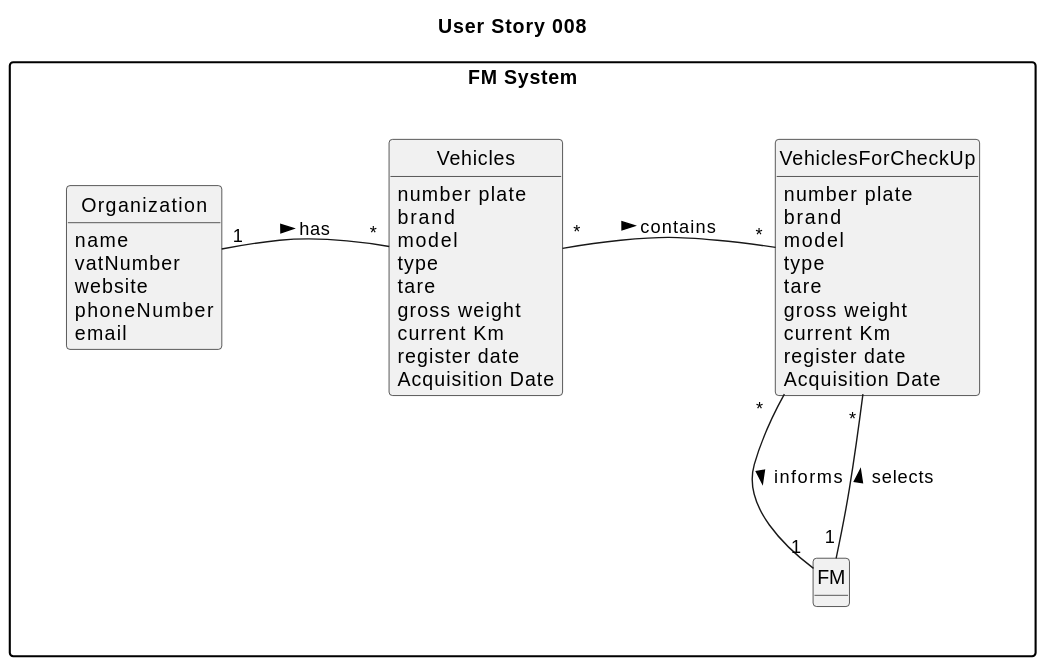
Earlier version of the PlantUML export docs/sprintA/us008/02.analysis/svg/us008-domain-model-User_Story_008.svg (SAEmanuel/Green_Spaces_Management_ISEP).
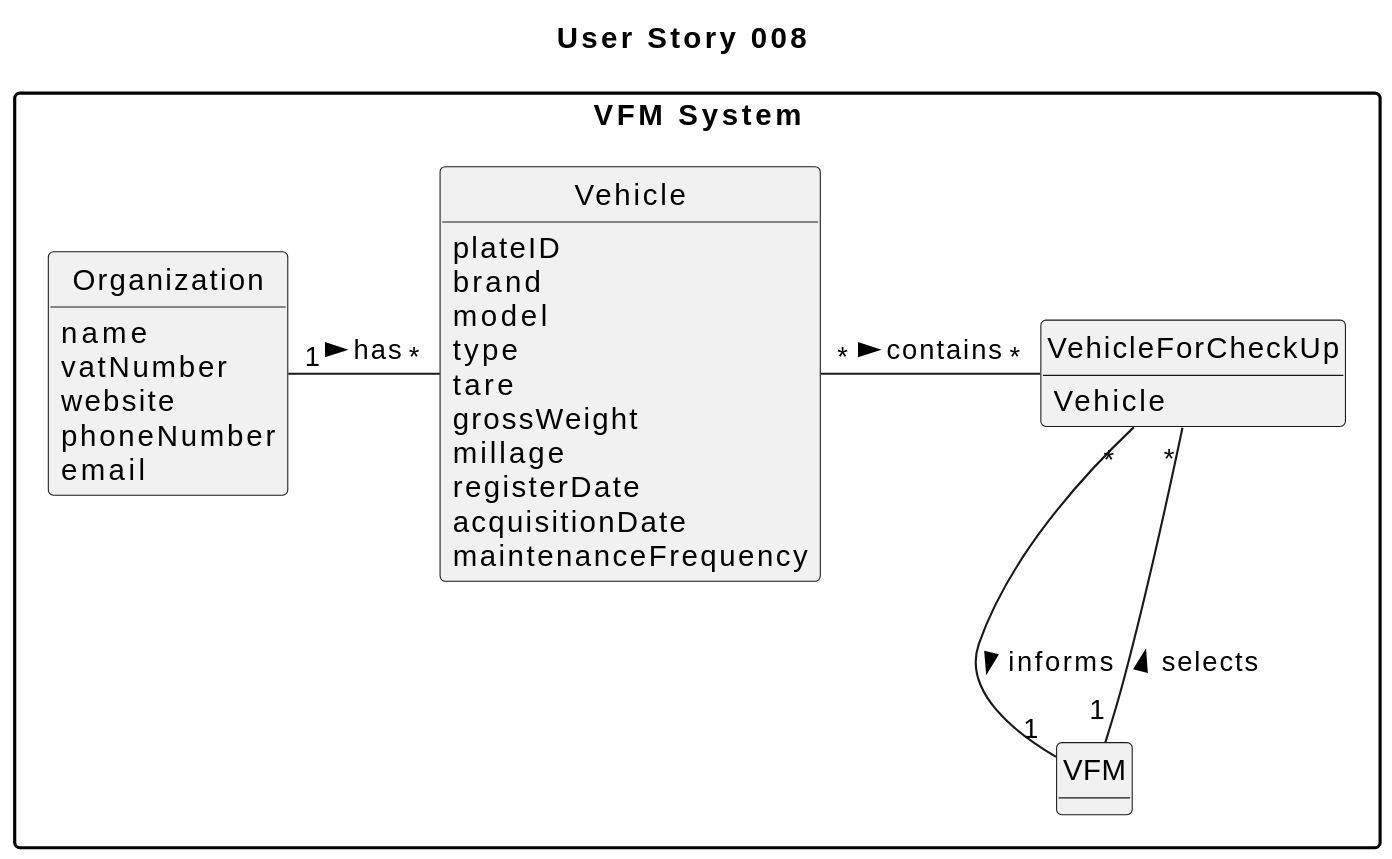
After the commit.

The edit, as a diff of the source:
```diff
@@ -8,39 +8,28 @@
 
 hide circle
 hide methods
-package "FM System" {
+package "VFM System" {
 
 title User Story 008
 
-class VehiclesForCheckUp {
-number plate
-brand
-model
-type
-tare
-gross weight
-current Km
-register date
-Acquisition Date
-Maintenance/Checkup Frequency (in Kms)
-
-
+class VehicleForCheckUp {
+    Vehicle
 }
 
-class FM {
+class VFM {
 }
 
-class Vehicles {
-number plate
-brand
-model
-type
-tare
-gross weight
-current Km
-register date
-Acquisition Date
-Maintenance/Checkup Frequency (in Kms)
+class Vehicle {
+         plateID
+         brand
+         model
+         type
+         tare
+         grossWeight
+         millage
+         registerDate
+         acquisitionDate
+         maintenanceFrequency
 }
 
 class Organization {
@@ -53,8 +42,8 @@
 
 
 
-Organization "1" - "*" Vehicles: has >
-Vehicles "*"- "*" VehiclesForCheckUp: contains >
-VehiclesForCheckUp "*" -- "1" FM : informs >
-FM "1" -- "*" VehiclesForCheckUp: selects >
+Organization "1" - "*" Vehicle: has >
+Vehicle "*"- "*" VehicleForCheckUp: contains >
+VehicleForCheckUp "*" -- "1" VFM : informs >
+VFM "1" -- "*" VehicleForCheckUp: selects >
 @enduml
```
